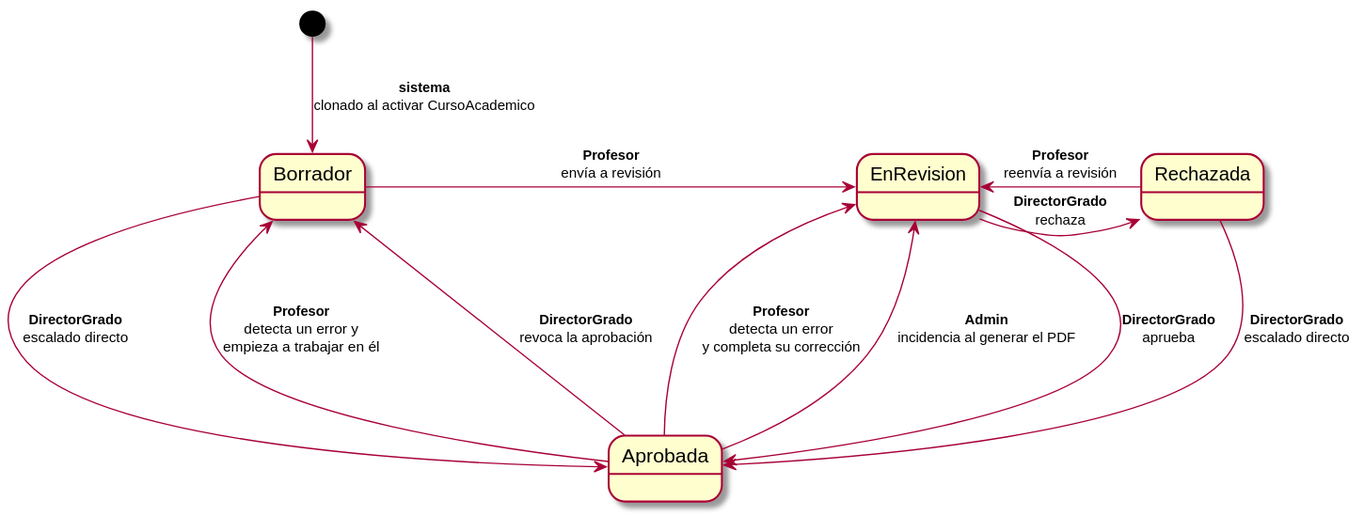
This is images/RUP/00-modelo-del-dominio/estados-entidades/guia.svg from mmasias/pyCeldaPublico, a PlantUML export, as it was before one commit.
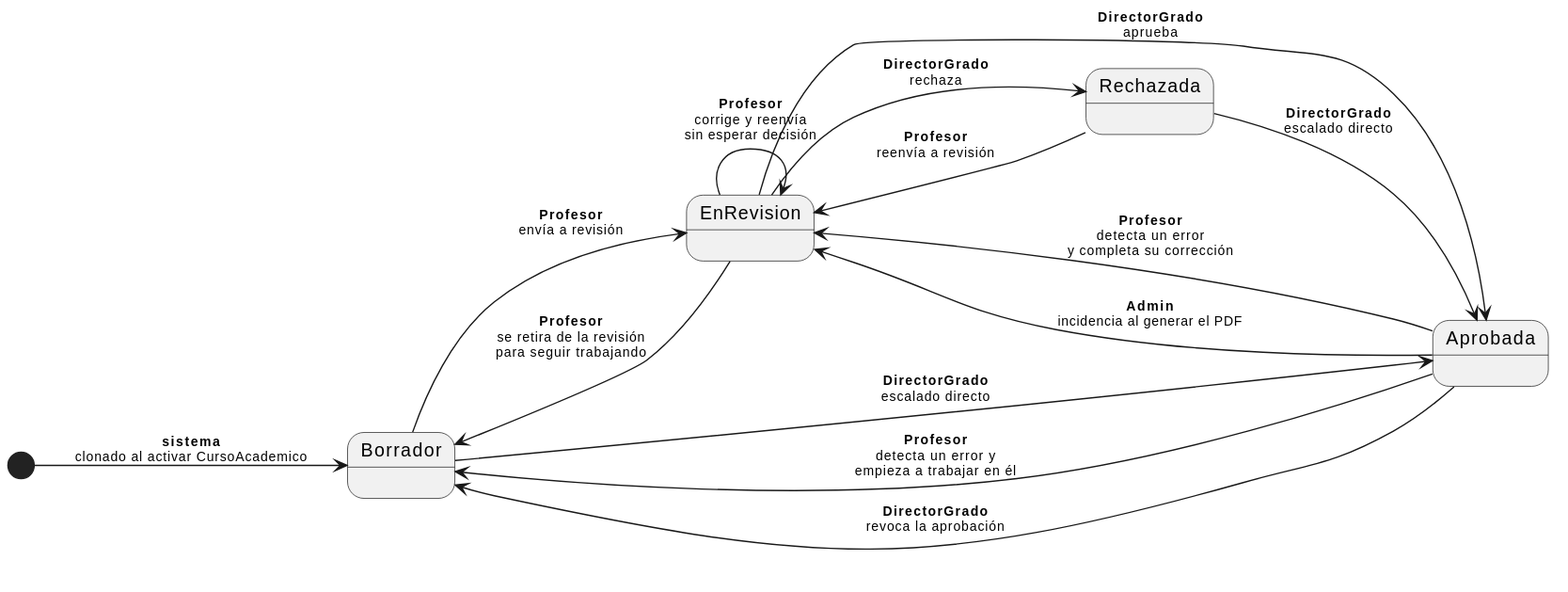
Later version of the same file.

What changed in the source:
```diff
@@ -1,19 +1,22 @@
-@startuml guia
+@startuml
+left to right direction
 
 [*] --> Borrador : <sub><b>sistema</b></sub>\n<sub>clonado al activar CursoAcademico</sub>
 
-Borrador -> EnRevision : <sub><b>Profesor</b></sub>\n<sub>envía a revisión</sub>
-Borrador -> Aprobada : <sub><b>DirectorGrado</b></sub>\n<sub>escalado directo</sub>
+Borrador --> EnRevision : <sub><b>Profesor</b></sub>\n<sub>envía a revisión</sub>
+Borrador --> Aprobada : <sub><b>DirectorGrado</b></sub>\n<sub>escalado directo</sub>
 
-EnRevision -> Aprobada : <sub><b>DirectorGrado</b></sub>\n<sub>aprueba</sub>
-EnRevision -> Rechazada : <sub><b>DirectorGrado</b></sub>\n<sub>rechaza</sub>
+EnRevision --> Aprobada : <sub><b>DirectorGrado</b></sub>\n<sub>aprueba</sub>
+EnRevision --> Rechazada : <sub><b>DirectorGrado</b></sub>\n<sub>rechaza</sub>
 
-Rechazada -> EnRevision : <sub><b>Profesor</b></sub>\n<sub>reenvía a revisión</sub>
-Rechazada -> Aprobada : <sub><b>DirectorGrado</b></sub>\n<sub>escalado directo</sub>
+EnRevision --> Borrador : <sub><b>Profesor</b></sub>\n<sub>se retira de la revisión</sub>\n<sub>para seguir trabajando</sub>
+EnRevision --> EnRevision : <sub><b>Profesor</b></sub>\n<sub>corrige y reenvía</sub>\n<sub>sin esperar decisión</sub>
 
-Aprobada ---> EnRevision : <sub><b>Profesor</b></sub>\n<sub>detecta un error</sub>\n<sub>y completa su corrección</sub>
-Aprobada ---> Borrador : <sub><b>Profesor</b></sub>\n<sub>detecta un error y</sub>\n<sub>empieza a trabajar en él</sub>
-Aprobada ---> Borrador : <sub><b>DirectorGrado</b></sub>\n<sub>revoca la aprobación</sub>
-Aprobada ---> EnRevision : <sub><b>Admin</b></sub>\n<sub>incidencia al generar el PDF</sub>
+Rechazada --> EnRevision : <sub><b>Profesor</b></sub>\n<sub>reenvía a revisión</sub>
+Rechazada --> Aprobada : <sub><b>DirectorGrado</b></sub>\n<sub>escalado directo</sub>
 
+Aprobada --> EnRevision : <sub><b>Profesor</b></sub>\n<sub>detecta un error</sub>\n<sub>y completa su corrección</sub>
+Aprobada --> Borrador : <sub><b>Profesor</b></sub>\n<sub>detecta un error y</sub>\n<sub>empieza a trabajar en él</sub>
+Aprobada --> Borrador : <sub><b>DirectorGrado</b></sub>\n<sub>revoca la aprobación</sub>
+Aprobada --> EnRevision : <sub><b>Admin</b></sub>\n<sub>incidencia al generar el PDF</sub>
 @enduml
```
